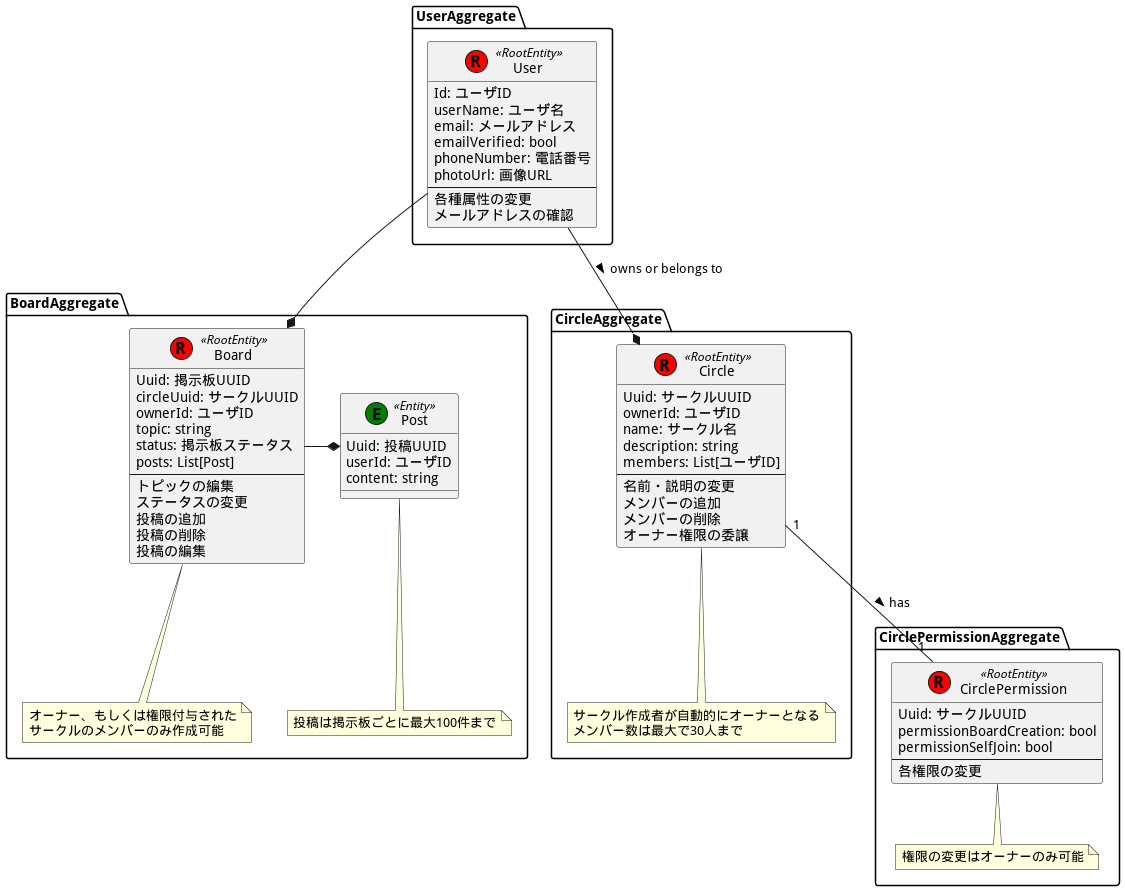
The PlantUML diagram docs/diagrams/domain_modeling.png in tonouchi510/application-arch-blueprint, before a commit. Source of this version:
```plantuml
@startuml domain_modeling

package UserAggregate {
    class User << (R,red) RootEntity >> {
        Id: ユーザID
        userName: ユーザ名
        email: メールアドレス
        emailVerified: bool
        phoneNumber: 電話番号
        photoUrl: 画像URL
        --
        各種属性の変更
        メールアドレスの確認
    }
}

package CircleAggregate {
    class Circle << (R,red) RootEntity >> {
        Uuid: サークルUUID
        ownerId: ユーザID
        name: サークル名
        description: string
        members: List[ユーザID]
        --
        名前・説明の変更
        メンバーの追加
        メンバーの削除
        オーナー権限の委譲
    }

    note bottom of Circle
        サークル作成者が自動的にオーナーとなる
        メンバー数は最大で30人まで
    end note
}

package CirclePermissionAggregate {
    class CirclePermission << (R,red) RootEntity >> {
        Uuid: サークルUUID
        permissionBoardCreation: bool
        permissionSelfJoin: bool
        --
        各権限の変更
    }

    note bottom of CirclePermission
        権限の変更はオーナーのみ可能
    end note
}

package BoardAggregate {
    class Board << (R,red) RootEntity >> {
        Uuid: 掲示板UUID
        circleUuid: サークルUUID
        ownerId: ユーザID
        topic: string
        status: 掲示板ステータス
        posts: List[Post]
        --
        トピックの編集
        ステータスの変更
        投稿の追加
        投稿の削除
        投稿の編集
    }

    class Post << (E,green) Entity >> {
        Uuid: 投稿UUID
        userId: ユーザID
        content: string
    }

    note bottom of Board
        オーナー、もしくは権限付与された
        サークルのメンバーのみ作成可能
    end note

    note bottom of Post
        投稿は掲示板ごとに最大100件まで
    end note
}


User --* Circle : owns or belongs to >
User --* Board
Circle "1" -- "1" CirclePermission : has >
Board -right-* Post

@enduml
```
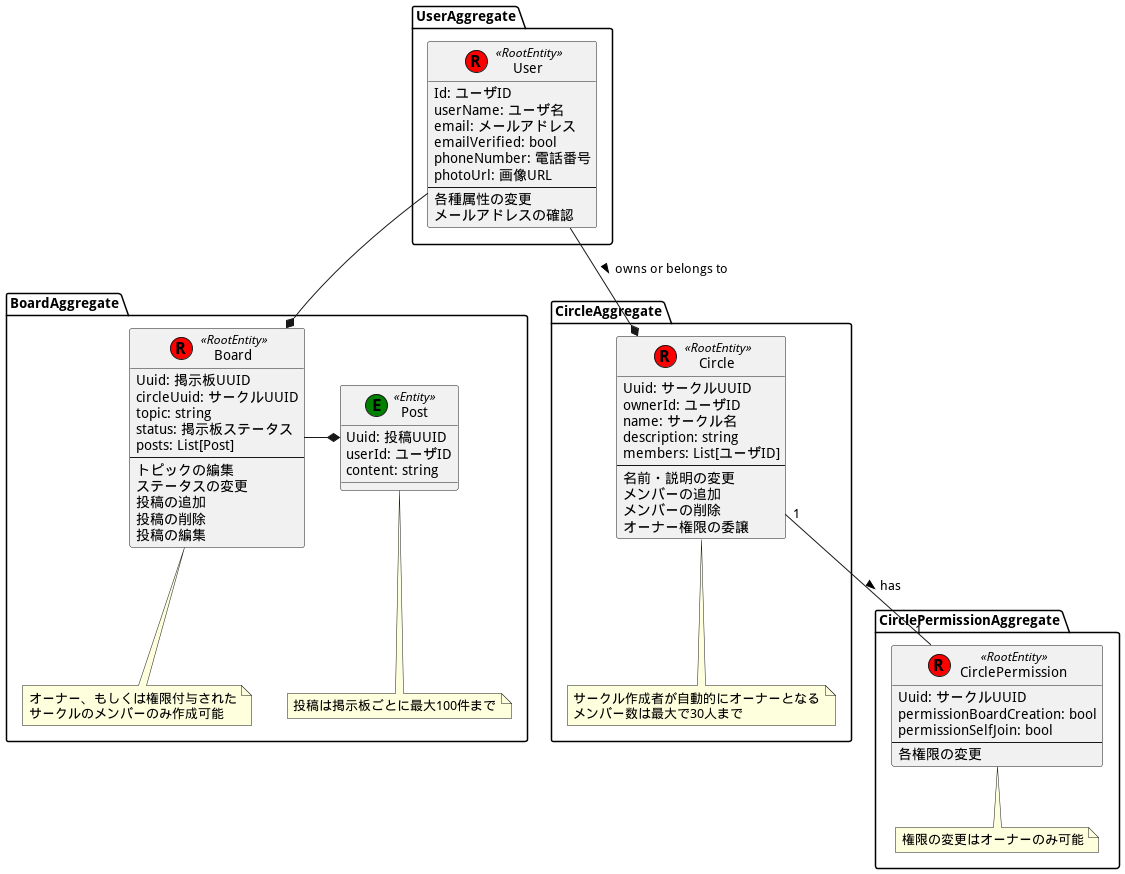
Above is the later version.

Commit message:
Generate PNG images for PlantUML diagrams

Diff of the diagram source:
```diff
@@ -52,7 +52,6 @@
     class Board << (R,red) RootEntity >> {
         Uuid: 掲示板UUID
         circleUuid: サークルUUID
-        ownerId: ユーザID
         topic: string
         status: 掲示板ステータス
         posts: List[Post]
```
